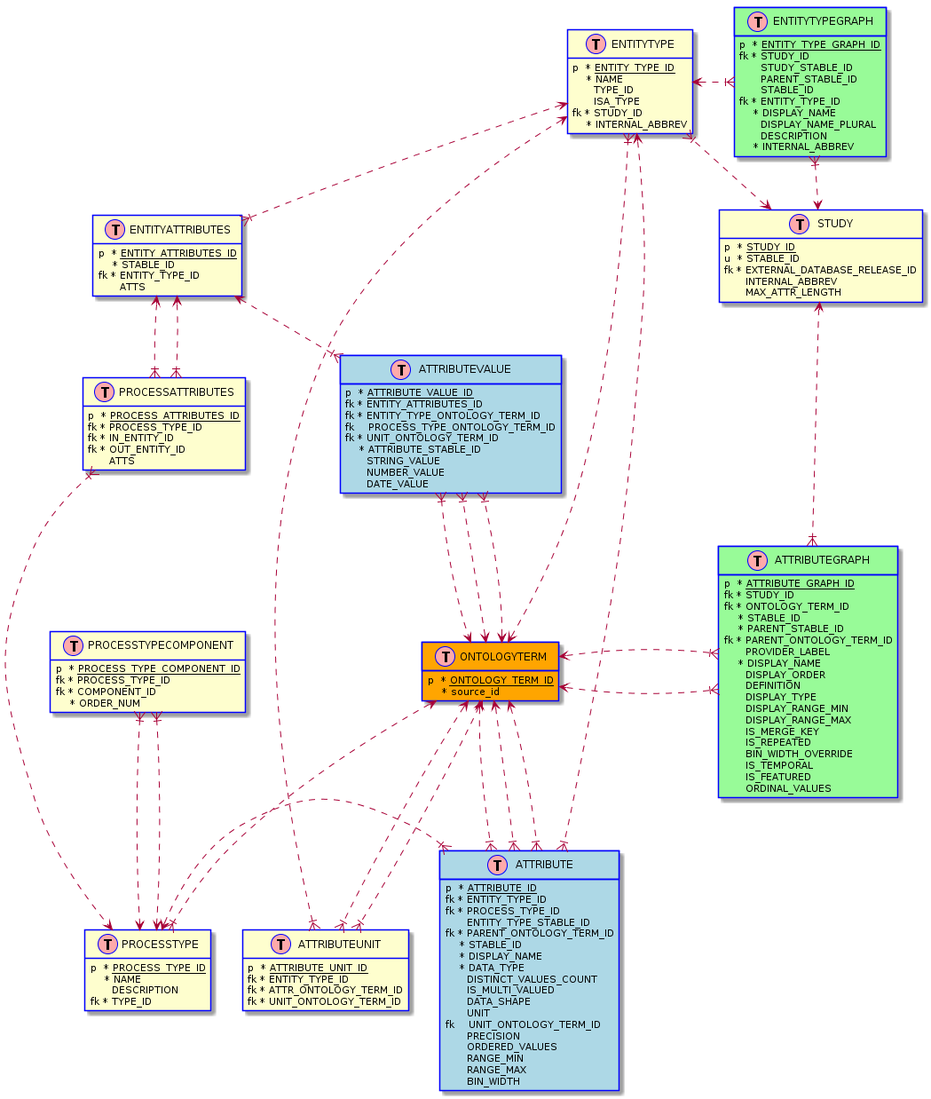
Before: project_planning/images/eda_uml.png, a diagram exported from PlantUML (jbrestel/org-docs).
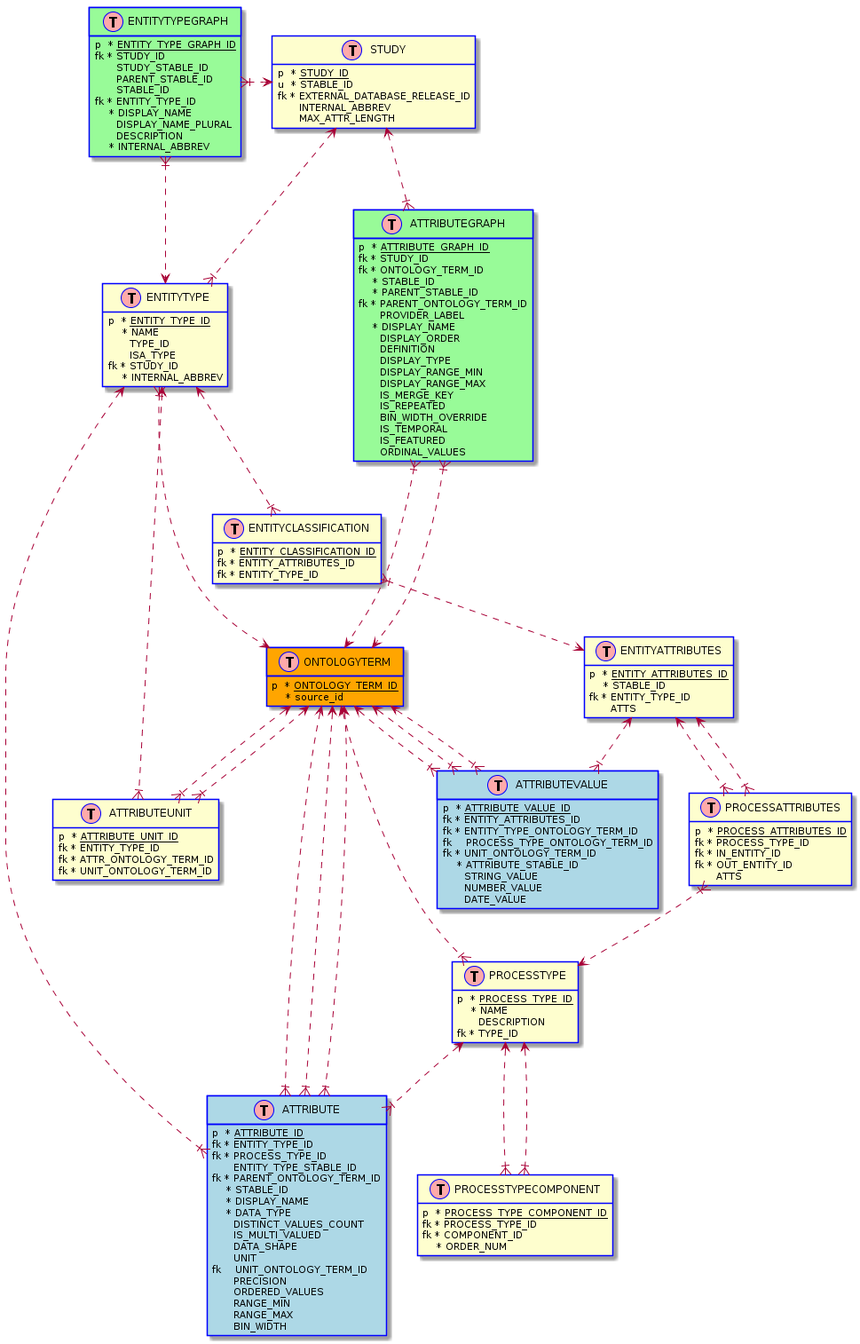
Later version of the same file.

Diff of the diagram source:
```diff
@@ -55,7 +55,11 @@
   <U+0020> <U+0020> * INTERNAL_ABBREV
 }
 
-
+class ENTITYCLASSIFICATION << (T,#FFAAAA) >> #line:blue; {
+  p <U+0020>* <u>ENTITY_CLASSIFICATION_ID</u>
+  fk * ENTITY_ATTRIBUTES_ID
+  fk * ENTITY_TYPE_ID
+}
 
 class ATTRIBUTEVALUE << (T,#FFAAAA) >> #lightblue;line:blue; {
   p <U+0020>* <u>ATTRIBUTE_VALUE_ID</u>
@@ -132,30 +136,31 @@
   <U+0020> <U+0020> * source_id
 }
 
-STUDY <..|{ ATTRIBUTEGRAPH
-STUDY <.D.|{ ENTITYTYPEGRAPH
-ENTITYTYPE <.L.|{ ENTITYTYPEGRAPH
 STUDY <..|{ ENTITYTYPE
-ENTITYATTRIBUTES <..|{ ATTRIBUTEVALUE
-ONTOLOGYTERM <..|{ ATTRIBUTEVALUE
-ENTITYTYPE <..|{ ENTITYATTRIBUTES
-ENTITYTYPE <.L.|{ ATTRIBUTEUNIT
-ENTITYTYPE <..|{ ATTRIBUTE
+ENTITYTYPE <..|{ ENTITYCLASSIFICATION
+ENTITYATTRIBUTES <.d.|{ ENTITYCLASSIFICATION
+ENTITYTYPE <..|{ ATTRIBUTEUNIT
 ENTITYATTRIBUTES <..|{ PROCESSATTRIBUTES
 ENTITYATTRIBUTES <..|{ PROCESSATTRIBUTES
-ONTOLOGYTERM <.D.|{ ATTRIBUTEVALUE
-PROCESSTYPE <.L.|{ ATTRIBUTE
-PROCESSTYPE <.D.|{ PROCESSATTRIBUTES
-PROCESSTYPE <.D.|{ PROCESSTYPECOMPONENT
-PROCESSTYPE <.D.|{ PROCESSTYPECOMPONENT
-ONTOLOGYTERM <..|{ ENTITYTYPE
+PROCESSTYPE <.d.|{ PROCESSATTRIBUTES
+PROCESSTYPE <..|{ PROCESSTYPECOMPONENT
+PROCESSTYPE <..|{ PROCESSTYPECOMPONENT
+ONTOLOGYTERM <.d.|{ ENTITYTYPE
 ONTOLOGYTERM <..|{ PROCESSTYPE
+ONTOLOGYTERM <..|{ ATTRIBUTEUNIT
+ONTOLOGYTERM <..|{ ATTRIBUTEUNIT
+ENTITYTYPE <..|{ ATTRIBUTE
+PROCESSTYPE <..|{ ATTRIBUTE
 ONTOLOGYTERM <..|{ ATTRIBUTE
 ONTOLOGYTERM <..|{ ATTRIBUTE
 ONTOLOGYTERM <..|{ ATTRIBUTE
-ONTOLOGYTERM <..|{ ATTRIBUTEUNIT
-ONTOLOGYTERM <..|{ ATTRIBUTEUNIT
+ENTITYATTRIBUTES <..|{ ATTRIBUTEVALUE
 ONTOLOGYTERM <..|{ ATTRIBUTEVALUE
-ONTOLOGYTERM <.L.|{ ATTRIBUTEGRAPH
-ONTOLOGYTERM <.L.|{ ATTRIBUTEGRAPH
+ONTOLOGYTERM <..|{ ATTRIBUTEVALUE
+ONTOLOGYTERM <..|{ ATTRIBUTEVALUE
+STUDY <.r.|{ ENTITYTYPEGRAPH
+ENTITYTYPE <.r.|{ ENTITYTYPEGRAPH
+STUDY <..|{ ATTRIBUTEGRAPH
+ONTOLOGYTERM <.d.|{ ATTRIBUTEGRAPH
+ONTOLOGYTERM <.d.|{ ATTRIBUTEGRAPH
 @enduml
```
